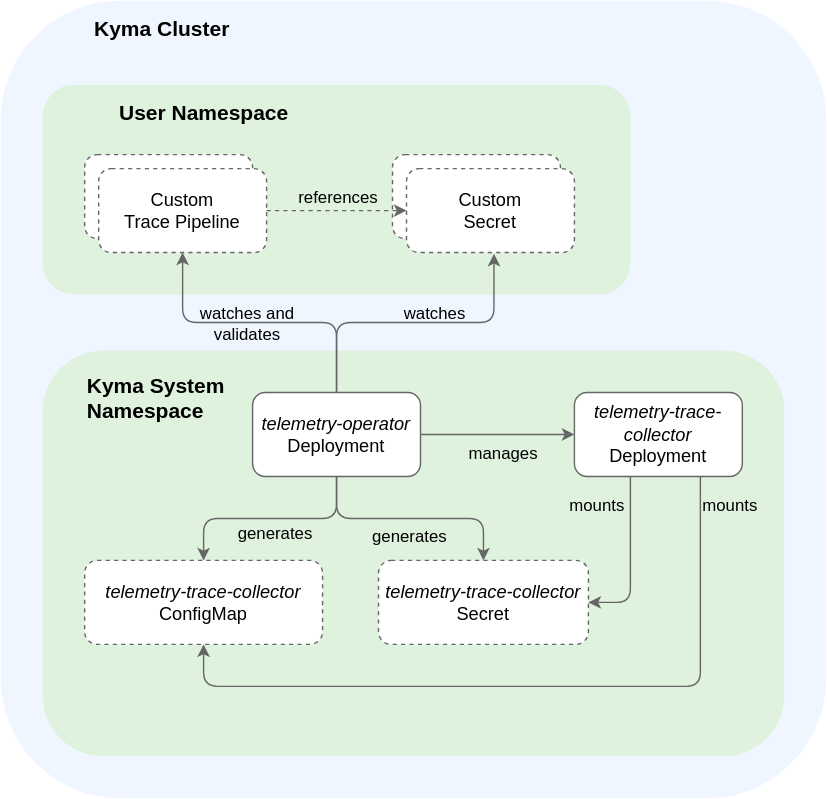
kyma-project/telemetry-manager keeps this draw.io diagram as docs/user/assets/traces-resources.drawio.svg. Above is the earlier version. Source tidied: cells renumbered, new cells last; positions are measured from the earlier drawing's top-left corner, leaving out a move shared by most shapes.
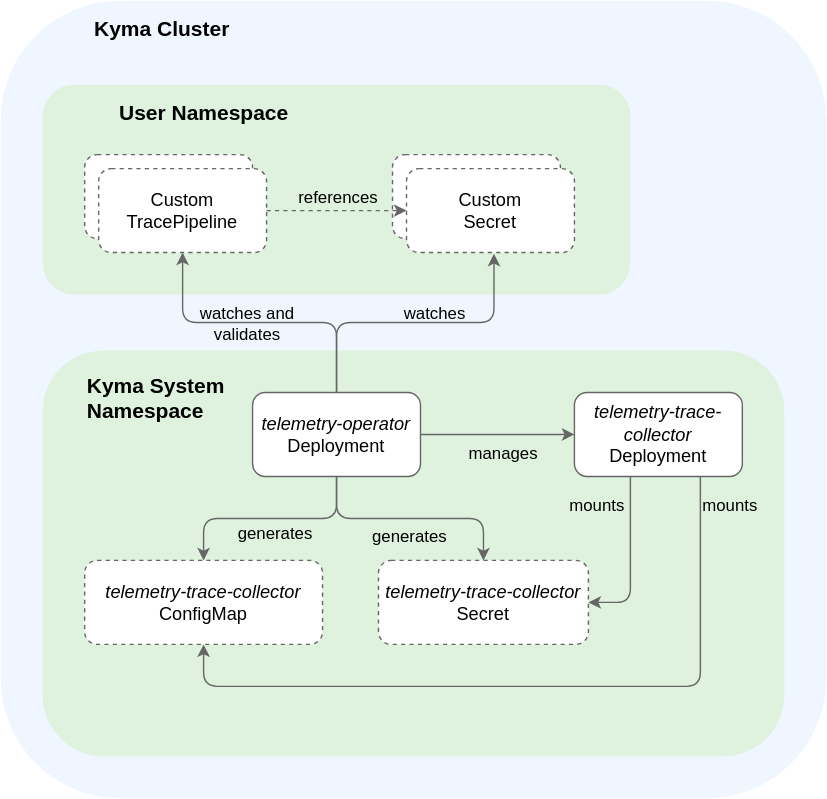
Above is the later version.

What changed in the source:
```diff
@@ -14,7 +14,7 @@
     <mxCell id="5" value="LogPipeline&lt;br&gt;resource" style="rounded=1;whiteSpace=wrap;html=1;dashed=1;strokeColor=#666666;" parent="1" vertex="1">
       <mxGeometry x="60" y="110" width="120" height="60" as="geometry" />
     </mxCell>
-    <mxCell id="6" value="&lt;font style=&quot;font-size: 13px&quot;&gt;Custom&lt;br&gt;Trace Pipeline&lt;/font&gt;" style="rounded=1;whiteSpace=wrap;html=1;dashed=1;strokeColor=#666666;" parent="1" vertex="1">
+    <mxCell id="6" value="&lt;font style=&quot;font-size: 13px&quot;&gt;Custom&lt;br&gt;TracePipeline&lt;/font&gt;" style="rounded=1;whiteSpace=wrap;html=1;dashed=1;strokeColor=#666666;" parent="1" vertex="1">
       <mxGeometry x="70" y="120" width="120" height="60" as="geometry" />
     </mxCell>
     <mxCell id="7" value="Secret&lt;br&gt;resource" style="rounded=1;whiteSpace=wrap;html=1;dashed=1;strokeColor=#666666;" parent="1" vertex="1">
```
